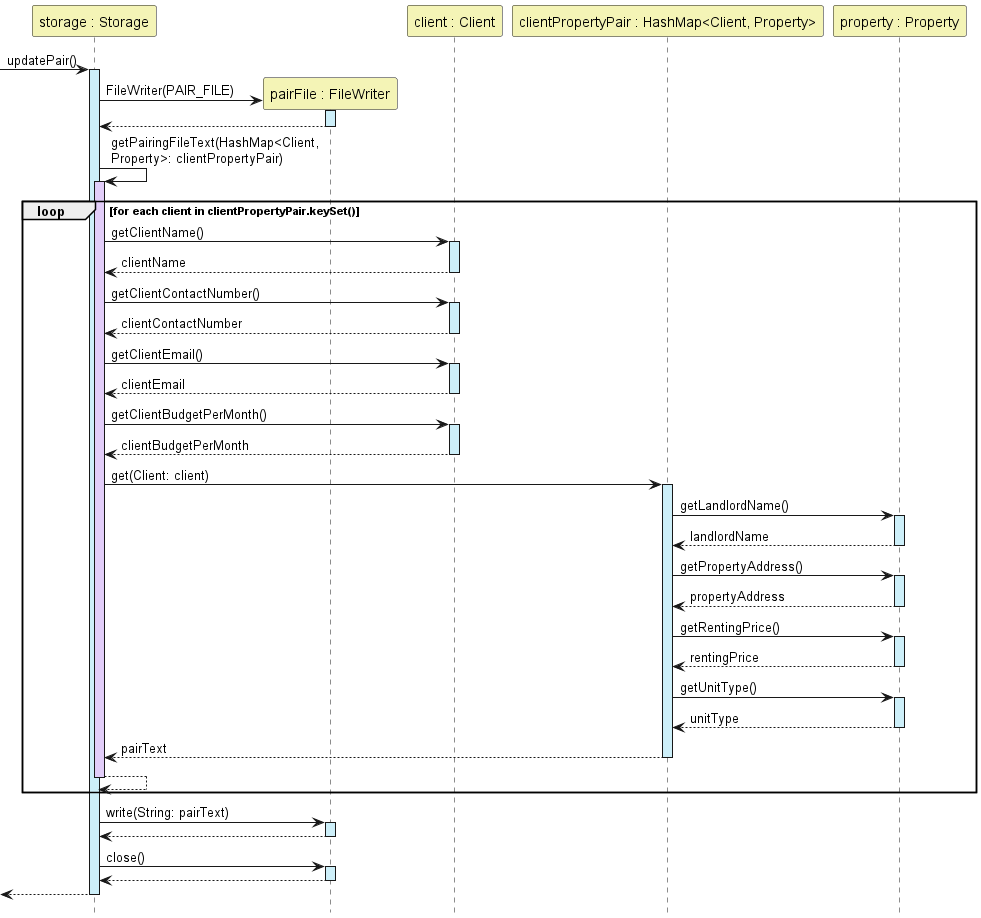
Earlier version of the PlantUML export docs/diagrams/StorageUpdatePairSequenceDiagram.png (nus-cs2113-AY2223S1/tp). Its diagram source:
```plantuml
@startuml

hide footbox
Participant "storage : Storage" as Storage #F4F4B6
Participant "pairFile : FileWriter" as FileWriter #F4F4B6
Participant "client : Client" as Client #F4F4B6
Participant "clientPropertyPair : HashMap<Client, Property>" as ClientPropertyPair #F4F4B6
Participant "property : Property" as Property #F4F4B6


->Storage:updatePair()
activate Storage #CDEFF9
create FileWriter

Storage -> FileWriter:FileWriter(PAIR_FILE)
activate FileWriter #CDEFF9
return

Storage->Storage:getPairingFileText(HashMap<Client, \nProperty>: clientPropertyPair)
activate Storage #E2CDF9
    loop for each client in clientPropertyPair.keySet()
        Storage->Client:getClientName()
        activate Client #CDEFF9
        return clientName

        Storage->Client:getClientContactNumber()
        activate Client #CDEFF9
        return clientContactNumber

        Storage->Client:getClientEmail()
        activate Client #CDEFF9
        return clientEmail

        Storage->Client:getClientBudgetPerMonth()
        activate Client #CDEFF9
        return clientBudgetPerMonth

        Storage->ClientPropertyPair:get(Client: client)
        activate ClientPropertyPair #CDEFF9

        ClientPropertyPair->Property:getLandlordName()
        activate Property #CDEFF9
        return landlordName

        ClientPropertyPair->Property:getPropertyAddress()
        activate Property #CDEFF9
        return propertyAddress

        ClientPropertyPair->Property:getRentingPrice()
        activate Property #CDEFF9
        return rentingPrice

        ClientPropertyPair->Property:getUnitType()
        activate Property #CDEFF9
        return unitType
        return pairText
        return
    end

Storage->FileWriter:write(String: pairText)
activate FileWriter #CDEFF9
return

Storage->FileWriter:close()
activate FileWriter #CDEFF9
return
return


@enduml
```
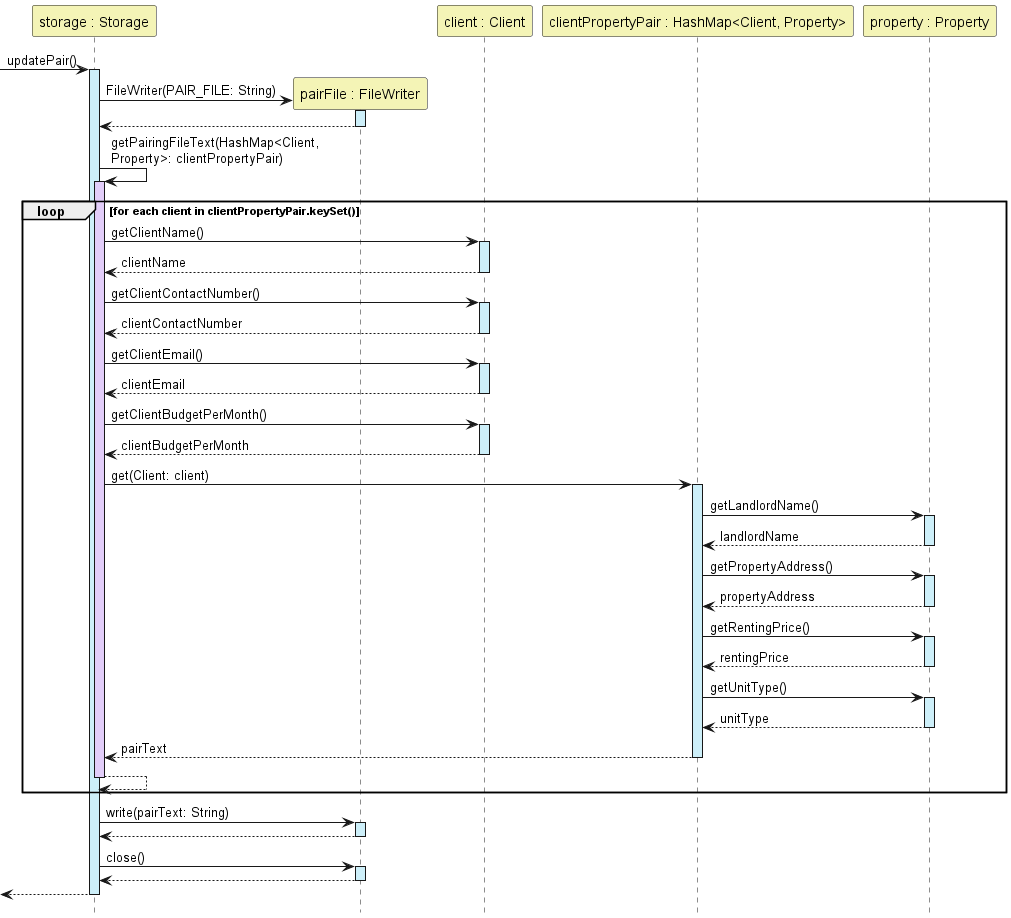
The same diagram one commit later.

Change to the diagram source:
```diff
@@ -12,7 +12,7 @@
 activate Storage #CDEFF9
 create FileWriter
 
-Storage -> FileWriter:FileWriter(PAIR_FILE)
+Storage -> FileWriter:FileWriter(PAIR_FILE: String)
 activate FileWriter #CDEFF9
 return
 
@@ -57,7 +57,7 @@
         return
     end
 
-Storage->FileWriter:write(String: pairText)
+Storage->FileWriter:write(pairText: String)
 activate FileWriter #CDEFF9
 return
 
```
